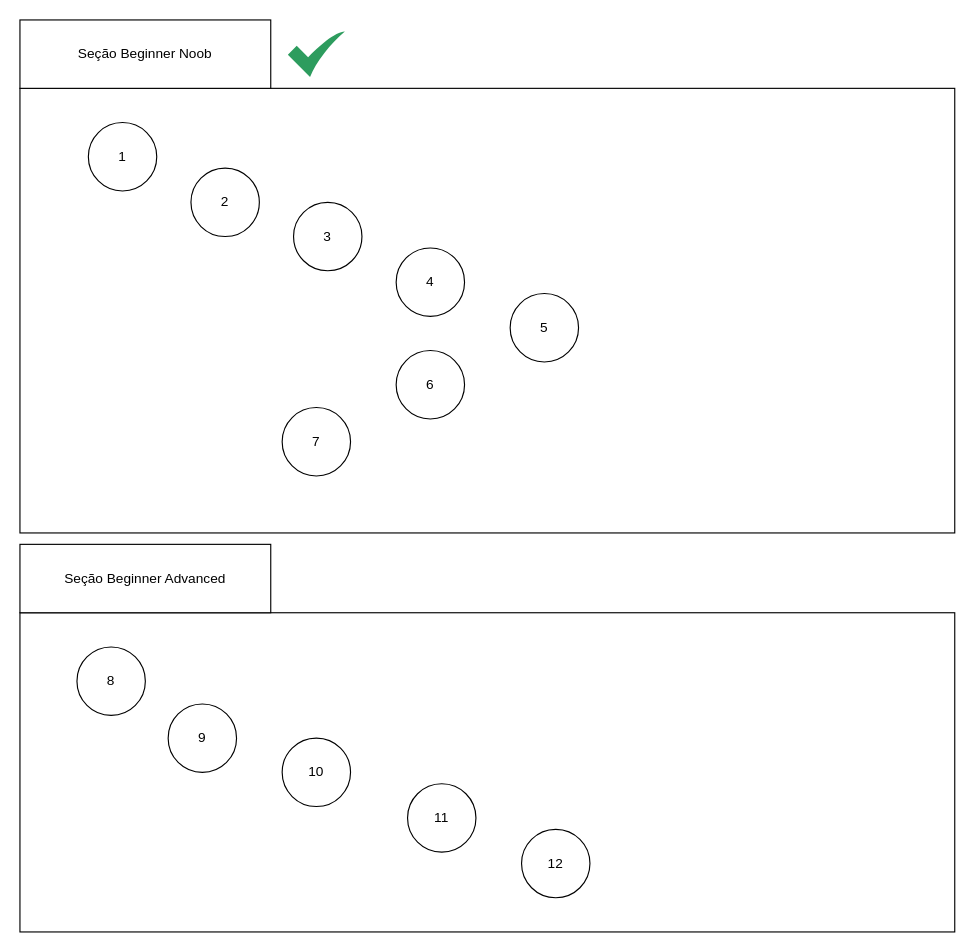
This is page "Index" (1 of 2) of Untitled Diagram.drawio from BarionTech/bariontech.github.io, a draw.io file, before an edit. Source tidied: cells renumbered, new cells numbered last; positions are measured from the earlier drawing's top-left corner, leaving out a move shared by most shapes. Both pictures are drawn from the tidied source at 114%, with x=0, y=0 at pixel (19, 19).
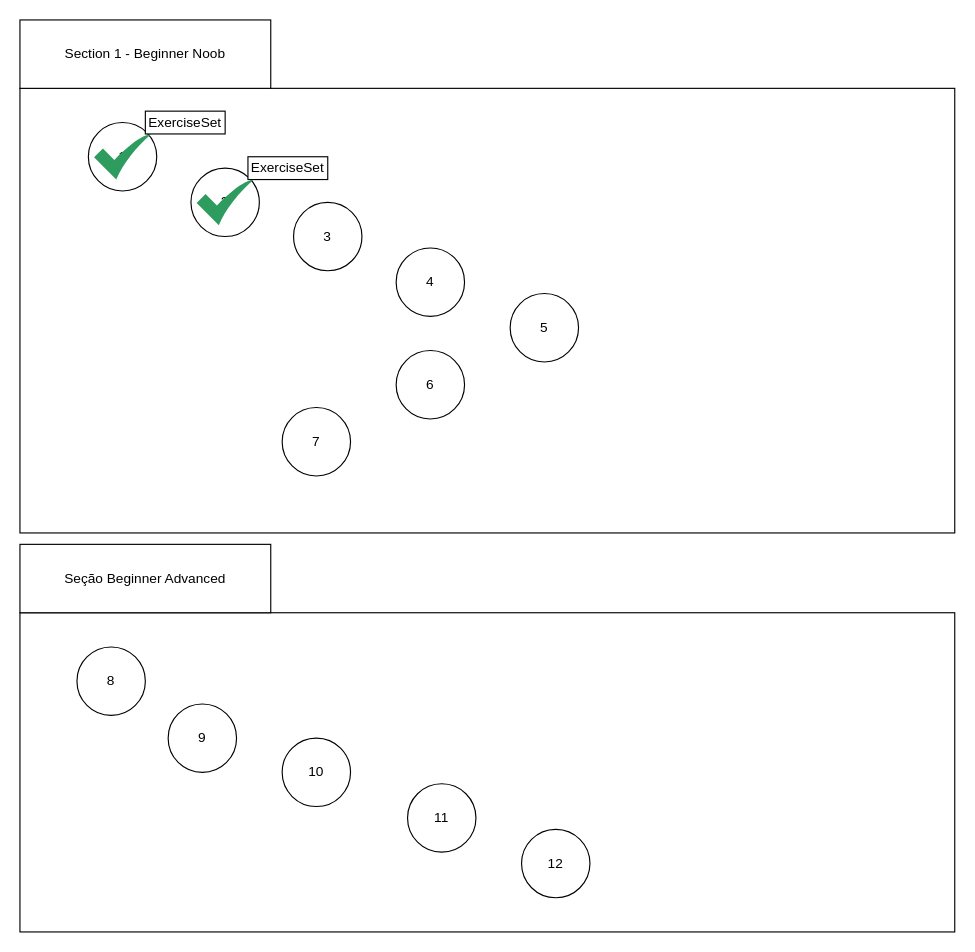
The same diagram, later.

What changed in the source:
```diff
@@
-    <mxCell id="11" value="Seção Beginner Noob" style="rounded=0;whiteSpace=wrap;html=1;" parent="1" vertex="1">
+    <mxCell id="11" value="Section 1 - Beginner Noob" style="rounded=0;whiteSpace=wrap;html=1;" parent="1" vertex="1">
       <mxGeometry width="220" height="60" as="geometry" />
     </mxCell>
@@
     <mxCell id="18" style="sketch=0;html=1;strokeColor=none;shadow=0;align=center;fillColor=#2D9C5E;verticalAlign=top;labelPosition=center;verticalLabelPosition=bottom;shape=mxgraph.gcp2.check;" parent="1" vertex="1">
-      <mxGeometry x="235" y="10" width="50" height="40" as="geometry" />
+      <mxGeometry x="65" y="100" width="50" height="40" as="geometry" />
     </mxCell>
+    <mxCell id="19" value="ExerciseSet" style="rounded=0;whiteSpace=wrap;html=1;" parent="1" vertex="1">
+      <mxGeometry x="110" y="80" width="70" height="20" as="geometry" />
+    </mxCell>
+    <mxCell id="20" value="ExerciseSet" style="rounded=0;whiteSpace=wrap;html=1;" parent="1" vertex="1">
+      <mxGeometry x="200" y="120" width="70" height="20" as="geometry" />
+    </mxCell>
+    <mxCell id="21" style="sketch=0;html=1;strokeColor=none;shadow=0;align=center;fillColor=#2D9C5E;verticalAlign=top;labelPosition=center;verticalLabelPosition=bottom;shape=mxgraph.gcp2.check;" parent="1" vertex="1">
+      <mxGeometry x="155" y="140" width="50" height="40" as="geometry" />
+    </mxCell>
```
